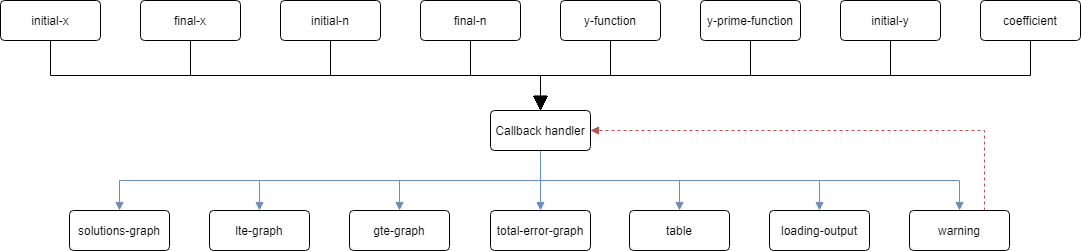
Before: docs/callback.png, a diagram exported from draw.io (AlekseyKorshuk/numerical-methods). Source tidied: cells renumbered, new cells last; positions are measured from the earlier drawing's top-left corner, leaving out a move shared by most shapes.
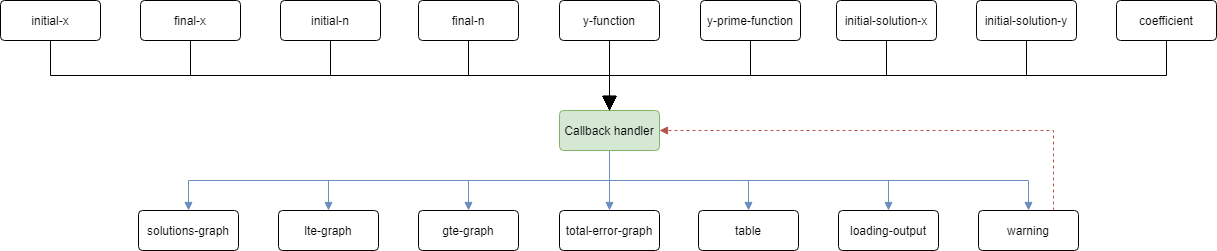
The same diagram one commit later.

Change to the diagram source:
```diff
@@ -23,35 +23,35 @@
     <mxCell id="8" style="edgeStyle=orthogonalEdgeStyle;rounded=0;jettySize=auto;html=1;exitX=0.5;exitY=1;exitDx=0;exitDy=0;entryX=0.5;entryY=0;entryDx=0;entryDy=0;endArrow=block;endFill=1;fillColor=#dae8fc;strokeColor=#6c8ebf;" parent="1" edge="1" source="9" target="22">
       <mxGeometry relative="1" as="geometry" />
     </mxCell>
-    <mxCell id="9" value="Callback handler" style="rounded=1;arcSize=10;whiteSpace=wrap;html=1;align=center;" parent="1" vertex="1">
+    <mxCell id="9" value="Callback handler" style="rounded=1;arcSize=10;whiteSpace=wrap;html=1;align=center;fillColor=#d5e8d4;strokeColor=#82b366;" parent="1" vertex="1">
       <mxGeometry x="490" y="110" width="100" height="40" as="geometry" />
     </mxCell>
     <mxCell id="10" value="initial-x" style="rounded=1;arcSize=10;whiteSpace=wrap;html=1;align=center;" parent="1" vertex="1">
-      <mxGeometry width="100" height="40" as="geometry" />
+      <mxGeometry x="-69" width="100" height="40" as="geometry" />
     </mxCell>
     <mxCell id="11" value="final-x" style="rounded=1;arcSize=10;whiteSpace=wrap;html=1;align=center;" parent="1" vertex="1">
-      <mxGeometry x="140" width="100" height="40" as="geometry" />
+      <mxGeometry x="71" width="100" height="40" as="geometry" />
     </mxCell>
     <mxCell id="12" value="initial-n" style="rounded=1;arcSize=10;whiteSpace=wrap;html=1;align=center;" parent="1" vertex="1">
-      <mxGeometry x="280" width="100" height="40" as="geometry" />
+      <mxGeometry x="211" width="100" height="40" as="geometry" />
     </mxCell>
     <mxCell id="13" value="final-n" style="rounded=1;arcSize=10;whiteSpace=wrap;html=1;align=center;" parent="1" vertex="1">
-      <mxGeometry x="420" width="100" height="40" as="geometry" />
+      <mxGeometry x="349" width="100" height="40" as="geometry" />
     </mxCell>
     <mxCell id="14" value="y-function" style="rounded=1;arcSize=10;whiteSpace=wrap;html=1;align=center;" parent="1" vertex="1">
-      <mxGeometry x="560" width="100" height="40" as="geometry" />
+      <mxGeometry x="490" width="100" height="40" as="geometry" />
     </mxCell>
     <mxCell id="15" style="edgeStyle=orthogonalEdgeStyle;rounded=0;jettySize=auto;html=1;exitX=0.5;exitY=1;exitDx=0;exitDy=0;entryX=0.5;entryY=0;entryDx=0;entryDy=0;endArrow=none;endFill=0;" parent="1" edge="1" source="16" target="9">
       <mxGeometry relative="1" as="geometry" />
     </mxCell>
     <mxCell id="16" value="y-prime-function" style="rounded=1;arcSize=10;whiteSpace=wrap;html=1;align=center;" parent="1" vertex="1">
-      <mxGeometry x="700" width="100" height="40" as="geometry" />
+      <mxGeometry x="631" width="100" height="40" as="geometry" />
     </mxCell>
-    <mxCell id="17" value="initial-y" style="rounded=1;arcSize=10;whiteSpace=wrap;html=1;align=center;" parent="1" vertex="1">
-      <mxGeometry x="840" width="100" height="40" as="geometry" />
+    <mxCell id="17" value="initial-solution-y" style="rounded=1;arcSize=10;whiteSpace=wrap;html=1;align=center;" parent="1" vertex="1">
+      <mxGeometry x="907" width="100" height="40" as="geometry" />
     </mxCell>
     <mxCell id="18" value="coefficient" style="rounded=1;arcSize=10;whiteSpace=wrap;html=1;align=center;" parent="1" vertex="1">
-      <mxGeometry x="980" width="100" height="40" as="geometry" />
+      <mxGeometry x="1047" width="100" height="40" as="geometry" />
     </mxCell>
     <mxCell id="19" value="solutions-graph" style="rounded=1;arcSize=10;whiteSpace=wrap;html=1;align=center;" parent="1" vertex="1">
       <mxGeometry x="69" y="210" width="100" height="40" as="geometry" />
@@ -89,14 +89,20 @@
     <mxCell id="30" style="endArrow=block;endFill=1;endSize=12;html=1;rounded=0;edgeStyle=orthogonalEdgeStyle;exitX=0.5;exitY=1;exitDx=0;exitDy=0;entryX=0.5;entryY=0;entryDx=0;entryDy=0;" parent="1" edge="1" source="12" target="9">
       <mxGeometry relative="1" as="geometry" />
     </mxCell>
-    <mxCell id="31" style="endArrow=block;endFill=1;endSize=12;html=1;rounded=0;edgeStyle=orthogonalEdgeStyle;exitX=0.5;exitY=1;exitDx=0;exitDy=0;entryX=0.5;entryY=0;entryDx=0;entryDy=0;" parent="1" edge="1" source="14" target="9">
-      <mxGeometry relative="1" as="geometry" />
-    </mxCell>
     <mxCell id="32" style="endArrow=block;endFill=1;endSize=12;html=1;rounded=0;edgeStyle=orthogonalEdgeStyle;exitX=0.5;exitY=1;exitDx=0;exitDy=0;entryX=0.5;entryY=0;entryDx=0;entryDy=0;" parent="1" edge="1" source="17" target="9">
       <mxGeometry relative="1" as="geometry" />
     </mxCell>
     <mxCell id="33" style="endArrow=block;endFill=1;endSize=12;html=1;rounded=0;edgeStyle=orthogonalEdgeStyle;exitX=0.5;exitY=1;exitDx=0;exitDy=0;entryX=0.5;entryY=0;entryDx=0;entryDy=0;" parent="1" edge="1" source="18" target="9">
       <mxGeometry relative="1" as="geometry" />
     </mxCell>
+    <mxCell id="34" style="edgeStyle=orthogonalEdgeStyle;rounded=0;jettySize=auto;html=1;exitX=0.5;exitY=1;exitDx=0;exitDy=0;entryX=0.5;entryY=0;entryDx=0;entryDy=0;" parent="1" edge="1" source="35" target="9">
+      <mxGeometry relative="1" as="geometry" />
+    </mxCell>
+    <mxCell id="35" value="initial-solution-x" style="rounded=1;arcSize=10;whiteSpace=wrap;html=1;align=center;" parent="1" vertex="1">
+      <mxGeometry x="767" width="100" height="40" as="geometry" />
+    </mxCell>
+    <mxCell id="31" style="endArrow=block;endFill=1;endSize=12;html=1;rounded=0;edgeStyle=orthogonalEdgeStyle;exitX=0.5;exitY=1;exitDx=0;exitDy=0;entryX=0.5;entryY=0;entryDx=0;entryDy=0;" parent="1" edge="1" source="14" target="9">
+      <mxGeometry relative="1" as="geometry" />
+    </mxCell>
   </root>
 </mxGraphModel>
```
